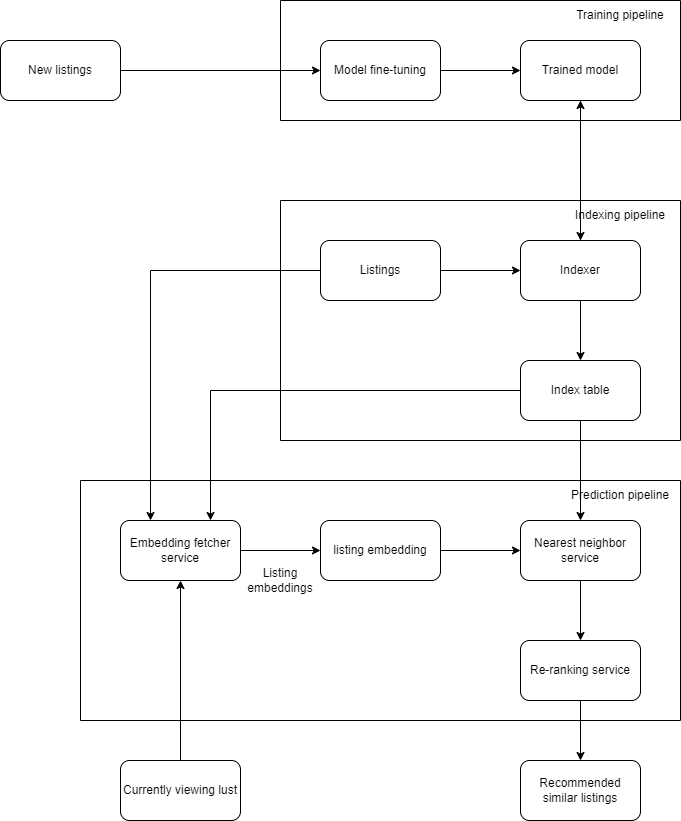
Before: machine-learning/image/machine-learning-system-design-1/similar-listings-on-vacation-rental-platform-1.png, a diagram exported from draw.io (riehseun/riehseun.github.io). Source tidied: cells renumbered, new cells last; positions are measured from the earlier drawing's top-left corner, leaving out a move shared by most shapes. Its diagram source:
```xml
<mxGraphModel>
  <root>
    <mxCell id="0" />
    <mxCell id="1" parent="0" />
    <mxCell id="2" style="edgeStyle=orthogonalEdgeStyle;rounded=0;jettySize=auto;html=1;exitX=1;exitY=0.5;exitDx=0;exitDy=0;" parent="1" edge="1" source="3" target="6">
      <mxGeometry relative="1" as="geometry" />
    </mxCell>
    <mxCell id="3" value="New listings" style="rounded=1;whiteSpace=wrap;html=1;" parent="1" vertex="1">
      <mxGeometry y="40" width="120" height="60" as="geometry" />
    </mxCell>
    <mxCell id="4" style="swimlane;startSize=0;" parent="1" vertex="1">
      <mxGeometry x="280" width="400" height="120" as="geometry" />
    </mxCell>
    <mxCell id="5" style="edgeStyle=orthogonalEdgeStyle;rounded=0;jettySize=auto;html=1;exitX=1;exitY=0.5;exitDx=0;exitDy=0;entryX=0;entryY=0.5;entryDx=0;entryDy=0;" parent="4" edge="1" source="6" target="7">
      <mxGeometry relative="1" as="geometry" />
    </mxCell>
    <mxCell id="6" value="Model fine-tuning" style="rounded=1;whiteSpace=wrap;html=1;" parent="4" vertex="1">
      <mxGeometry x="40" y="40" width="120" height="60" as="geometry" />
    </mxCell>
    <mxCell id="7" value="Trained model" style="rounded=1;whiteSpace=wrap;html=1;" parent="4" vertex="1">
      <mxGeometry x="240" y="40" width="120" height="60" as="geometry" />
    </mxCell>
    <mxCell id="8" value="Training pipeline" style="text;html=1;align=center;verticalAlign=middle;whiteSpace=wrap;rounded=0;" parent="4" vertex="1">
      <mxGeometry x="280" width="120" height="30" as="geometry" />
    </mxCell>
    <mxCell id="9" style="swimlane;startSize=0;" parent="1" vertex="1">
      <mxGeometry x="280" y="200" width="400" height="240" as="geometry" />
    </mxCell>
    <mxCell id="10" style="edgeStyle=orthogonalEdgeStyle;rounded=0;jettySize=auto;html=1;exitX=1;exitY=0.5;exitDx=0;exitDy=0;entryX=0.5;entryY=1;entryDx=0;entryDy=0;" parent="9" edge="1" source="11" target="13">
      <mxGeometry relative="1" as="geometry" />
    </mxCell>
    <mxCell id="11" value="Listings" style="rounded=1;whiteSpace=wrap;html=1;" parent="9" vertex="1">
      <mxGeometry x="40" y="40" width="120" height="60" as="geometry" />
    </mxCell>
    <mxCell id="12" style="edgeStyle=orthogonalEdgeStyle;rounded=0;jettySize=auto;html=1;exitX=1;exitY=0.5;exitDx=0;exitDy=0;entryX=0.5;entryY=0;entryDx=0;entryDy=0;" parent="9" edge="1" source="13" target="14">
      <mxGeometry relative="1" as="geometry" />
    </mxCell>
    <mxCell id="13" value="Indexer" style="rounded=1;whiteSpace=wrap;html=1;direction=south;" parent="9" vertex="1">
      <mxGeometry x="240" y="40" width="120" height="60" as="geometry" />
    </mxCell>
    <mxCell id="14" value="Index table" style="rounded=1;whiteSpace=wrap;html=1;" parent="9" vertex="1">
      <mxGeometry x="240" y="160" width="120" height="60" as="geometry" />
    </mxCell>
    <mxCell id="15" value="Indexing pipeline" style="text;html=1;align=center;verticalAlign=middle;whiteSpace=wrap;rounded=0;" parent="9" vertex="1">
      <mxGeometry x="280" width="120" height="30" as="geometry" />
    </mxCell>
    <mxCell id="16" style="swimlane;startSize=0;" parent="1" vertex="1">
      <mxGeometry x="80" y="480" width="600" height="240" as="geometry" />
    </mxCell>
    <mxCell id="17" style="edgeStyle=orthogonalEdgeStyle;rounded=0;jettySize=auto;html=1;exitX=1;exitY=0.5;exitDx=0;exitDy=0;entryX=0;entryY=0.5;entryDx=0;entryDy=0;" parent="16" edge="1" source="18" target="20">
      <mxGeometry relative="1" as="geometry" />
    </mxCell>
    <mxCell id="18" value="Embedding fetcher service" style="rounded=1;whiteSpace=wrap;html=1;" parent="16" vertex="1">
      <mxGeometry x="40" y="40" width="120" height="60" as="geometry" />
    </mxCell>
    <mxCell id="19" style="edgeStyle=orthogonalEdgeStyle;rounded=0;jettySize=auto;html=1;exitX=1;exitY=0.5;exitDx=0;exitDy=0;entryX=0;entryY=0.5;entryDx=0;entryDy=0;" parent="16" edge="1" source="20" target="22">
      <mxGeometry relative="1" as="geometry" />
    </mxCell>
    <mxCell id="20" value="listing embedding" style="rounded=1;whiteSpace=wrap;html=1;" parent="16" vertex="1">
      <mxGeometry x="240" y="40" width="120" height="60" as="geometry" />
    </mxCell>
    <mxCell id="21" style="edgeStyle=orthogonalEdgeStyle;rounded=0;jettySize=auto;html=1;exitX=0.5;exitY=1;exitDx=0;exitDy=0;" parent="16" edge="1" source="22" target="23">
      <mxGeometry relative="1" as="geometry" />
    </mxCell>
    <mxCell id="22" value="Nearest neighbor service" style="rounded=1;whiteSpace=wrap;html=1;" parent="16" vertex="1">
      <mxGeometry x="440" y="40" width="120" height="60" as="geometry" />
    </mxCell>
    <mxCell id="23" value="Re-ranking service" style="rounded=1;whiteSpace=wrap;html=1;" parent="16" vertex="1">
      <mxGeometry x="440" y="160" width="120" height="60" as="geometry" />
    </mxCell>
    <mxCell id="24" value="Prediction pipeline" style="text;html=1;align=center;verticalAlign=middle;whiteSpace=wrap;rounded=0;" parent="16" vertex="1">
      <mxGeometry x="480" width="120" height="30" as="geometry" />
    </mxCell>
    <mxCell id="25" value="Listing embeddings" style="text;html=1;align=center;verticalAlign=middle;whiteSpace=wrap;rounded=0;" parent="16" vertex="1">
      <mxGeometry x="160" y="80" width="80" height="40" as="geometry" />
    </mxCell>
    <mxCell id="26" value="Recommended similar listings" style="rounded=1;whiteSpace=wrap;html=1;" parent="1" vertex="1">
      <mxGeometry x="520" y="760" width="120" height="60" as="geometry" />
    </mxCell>
    <mxCell id="27" style="edgeStyle=orthogonalEdgeStyle;rounded=0;jettySize=auto;html=1;exitX=0.5;exitY=0;exitDx=0;exitDy=0;" parent="1" edge="1" source="28" target="18">
      <mxGeometry relative="1" as="geometry" />
    </mxCell>
    <mxCell id="28" value="Currently viewing lust" style="rounded=1;whiteSpace=wrap;html=1;" parent="1" vertex="1">
      <mxGeometry x="120" y="760" width="120" height="60" as="geometry" />
    </mxCell>
    <mxCell id="29" style="edgeStyle=orthogonalEdgeStyle;rounded=0;jettySize=auto;html=1;exitX=0;exitY=0.5;exitDx=0;exitDy=0;entryX=0.75;entryY=0;entryDx=0;entryDy=0;" parent="1" edge="1" source="14" target="18">
      <mxGeometry relative="1" as="geometry" />
    </mxCell>
    <mxCell id="30" style="edgeStyle=orthogonalEdgeStyle;rounded=0;jettySize=auto;html=1;exitX=0.5;exitY=1;exitDx=0;exitDy=0;" parent="1" edge="1" source="14" target="22">
      <mxGeometry relative="1" as="geometry" />
    </mxCell>
    <mxCell id="31" style="edgeStyle=orthogonalEdgeStyle;rounded=0;jettySize=auto;html=1;exitX=0.5;exitY=1;exitDx=0;exitDy=0;" parent="1" edge="1" source="23" target="26">
      <mxGeometry relative="1" as="geometry" />
    </mxCell>
    <mxCell id="32" style="edgeStyle=orthogonalEdgeStyle;rounded=0;jettySize=auto;html=1;exitX=0.5;exitY=1;exitDx=0;exitDy=0;" parent="1" edge="1" source="7" target="13">
      <mxGeometry relative="1" as="geometry" />
    </mxCell>
    <mxCell id="33" style="edgeStyle=orthogonalEdgeStyle;rounded=0;jettySize=auto;html=1;exitX=0;exitY=0.5;exitDx=0;exitDy=0;entryX=0.5;entryY=1;entryDx=0;entryDy=0;" parent="1" edge="1" source="13" target="7">
      <mxGeometry relative="1" as="geometry" />
    </mxCell>
    <mxCell id="34" style="edgeStyle=orthogonalEdgeStyle;rounded=0;jettySize=auto;html=1;exitX=0;exitY=0.5;exitDx=0;exitDy=0;entryX=0.25;entryY=0;entryDx=0;entryDy=0;" parent="1" edge="1" source="11" target="18">
      <mxGeometry relative="1" as="geometry" />
    </mxCell>
  </root>
</mxGraphModel>
```
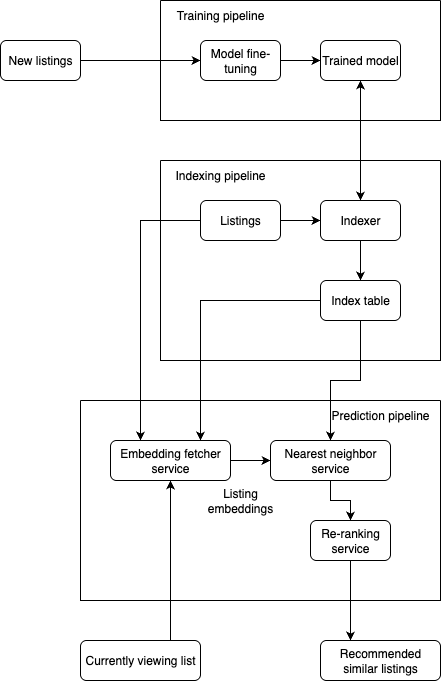
The same diagram one commit later.

Change to the diagram source:
```diff
@@ -6,82 +6,76 @@
       <mxGeometry relative="1" as="geometry" />
     </mxCell>
     <mxCell id="3" value="New listings" style="rounded=1;whiteSpace=wrap;html=1;" parent="1" vertex="1">
-      <mxGeometry y="40" width="120" height="60" as="geometry" />
+      <mxGeometry x="120" y="40" width="80" height="40" as="geometry" />
     </mxCell>
     <mxCell id="4" style="swimlane;startSize=0;" parent="1" vertex="1">
-      <mxGeometry x="280" width="400" height="120" as="geometry" />
+      <mxGeometry x="280" width="280" height="120" as="geometry" />
     </mxCell>
     <mxCell id="5" style="edgeStyle=orthogonalEdgeStyle;rounded=0;jettySize=auto;html=1;exitX=1;exitY=0.5;exitDx=0;exitDy=0;entryX=0;entryY=0.5;entryDx=0;entryDy=0;" parent="4" edge="1" source="6" target="7">
       <mxGeometry relative="1" as="geometry" />
     </mxCell>
     <mxCell id="6" value="Model fine-tuning" style="rounded=1;whiteSpace=wrap;html=1;" parent="4" vertex="1">
-      <mxGeometry x="40" y="40" width="120" height="60" as="geometry" />
+      <mxGeometry x="40" y="40" width="80" height="40" as="geometry" />
     </mxCell>
     <mxCell id="7" value="Trained model" style="rounded=1;whiteSpace=wrap;html=1;" parent="4" vertex="1">
-      <mxGeometry x="240" y="40" width="120" height="60" as="geometry" />
+      <mxGeometry x="160" y="40" width="80" height="40" as="geometry" />
     </mxCell>
     <mxCell id="8" value="Training pipeline" style="text;html=1;align=center;verticalAlign=middle;whiteSpace=wrap;rounded=0;" parent="4" vertex="1">
-      <mxGeometry x="280" width="120" height="30" as="geometry" />
+      <mxGeometry width="120" height="30" as="geometry" />
     </mxCell>
     <mxCell id="9" style="swimlane;startSize=0;" parent="1" vertex="1">
-      <mxGeometry x="280" y="200" width="400" height="240" as="geometry" />
+      <mxGeometry x="280" y="160" width="280" height="200" as="geometry" />
     </mxCell>
     <mxCell id="10" style="edgeStyle=orthogonalEdgeStyle;rounded=0;jettySize=auto;html=1;exitX=1;exitY=0.5;exitDx=0;exitDy=0;entryX=0.5;entryY=1;entryDx=0;entryDy=0;" parent="9" edge="1" source="11" target="13">
       <mxGeometry relative="1" as="geometry" />
     </mxCell>
     <mxCell id="11" value="Listings" style="rounded=1;whiteSpace=wrap;html=1;" parent="9" vertex="1">
-      <mxGeometry x="40" y="40" width="120" height="60" as="geometry" />
+      <mxGeometry x="40" y="40" width="80" height="40" as="geometry" />
     </mxCell>
     <mxCell id="12" style="edgeStyle=orthogonalEdgeStyle;rounded=0;jettySize=auto;html=1;exitX=1;exitY=0.5;exitDx=0;exitDy=0;entryX=0.5;entryY=0;entryDx=0;entryDy=0;" parent="9" edge="1" source="13" target="14">
       <mxGeometry relative="1" as="geometry" />
     </mxCell>
     <mxCell id="13" value="Indexer" style="rounded=1;whiteSpace=wrap;html=1;direction=south;" parent="9" vertex="1">
-      <mxGeometry x="240" y="40" width="120" height="60" as="geometry" />
+      <mxGeometry x="160" y="40" width="80" height="40" as="geometry" />
     </mxCell>
     <mxCell id="14" value="Index table" style="rounded=1;whiteSpace=wrap;html=1;" parent="9" vertex="1">
-      <mxGeometry x="240" y="160" width="120" height="60" as="geometry" />
+      <mxGeometry x="160" y="120" width="80" height="40" as="geometry" />
     </mxCell>
     <mxCell id="15" value="Indexing pipeline" style="text;html=1;align=center;verticalAlign=middle;whiteSpace=wrap;rounded=0;" parent="9" vertex="1">
-      <mxGeometry x="280" width="120" height="30" as="geometry" />
+      <mxGeometry width="120" height="30" as="geometry" />
     </mxCell>
     <mxCell id="16" style="swimlane;startSize=0;" parent="1" vertex="1">
-      <mxGeometry x="80" y="480" width="600" height="240" as="geometry" />
+      <mxGeometry x="200" y="400" width="360" height="200" as="geometry" />
     </mxCell>
-    <mxCell id="17" style="edgeStyle=orthogonalEdgeStyle;rounded=0;jettySize=auto;html=1;exitX=1;exitY=0.5;exitDx=0;exitDy=0;entryX=0;entryY=0.5;entryDx=0;entryDy=0;" parent="16" edge="1" source="18" target="20">
-      <mxGeometry relative="1" as="geometry" />
-    </mxCell>
+    <mxCell id="35" style="edgeStyle=orthogonalEdgeStyle;rounded=0;jettySize=auto;html=1;exitX=1;exitY=0.5;exitDx=0;exitDy=0;entryX=0;entryY=0.5;entryDx=0;entryDy=0;" parent="16" edge="1" source="18" target="22">
+      <mxGeometry relative="1" as="geometry" />
+    </mxCell>
     <mxCell id="18" value="Embedding fetcher service" style="rounded=1;whiteSpace=wrap;html=1;" parent="16" vertex="1">
-      <mxGeometry x="40" y="40" width="120" height="60" as="geometry" />
+      <mxGeometry x="30" y="40" width="120" height="40" as="geometry" />
     </mxCell>
-    <mxCell id="19" style="edgeStyle=orthogonalEdgeStyle;rounded=0;jettySize=auto;html=1;exitX=1;exitY=0.5;exitDx=0;exitDy=0;entryX=0;entryY=0.5;entryDx=0;entryDy=0;" parent="16" edge="1" source="20" target="22">
-      <mxGeometry relative="1" as="geometry" />
-    </mxCell>
-    <mxCell id="20" value="listing embedding" style="rounded=1;whiteSpace=wrap;html=1;" parent="16" vertex="1">
-      <mxGeometry x="240" y="40" width="120" height="60" as="geometry" />
-    </mxCell>
     <mxCell id="21" style="edgeStyle=orthogonalEdgeStyle;rounded=0;jettySize=auto;html=1;exitX=0.5;exitY=1;exitDx=0;exitDy=0;" parent="16" edge="1" source="22" target="23">
       <mxGeometry relative="1" as="geometry" />
     </mxCell>
     <mxCell id="22" value="Nearest neighbor service" style="rounded=1;whiteSpace=wrap;html=1;" parent="16" vertex="1">
-      <mxGeometry x="440" y="40" width="120" height="60" as="geometry" />
+      <mxGeometry x="190" y="40" width="120" height="40" as="geometry" />
     </mxCell>
     <mxCell id="23" value="Re-ranking service" style="rounded=1;whiteSpace=wrap;html=1;" parent="16" vertex="1">
-      <mxGeometry x="440" y="160" width="120" height="60" as="geometry" />
+      <mxGeometry x="230" y="120" width="80" height="40" as="geometry" />
     </mxCell>
     <mxCell id="24" value="Prediction pipeline" style="text;html=1;align=center;verticalAlign=middle;whiteSpace=wrap;rounded=0;" parent="16" vertex="1">
-      <mxGeometry x="480" width="120" height="30" as="geometry" />
+      <mxGeometry x="240" width="120" height="30" as="geometry" />
     </mxCell>
     <mxCell id="25" value="Listing embeddings" style="text;html=1;align=center;verticalAlign=middle;whiteSpace=wrap;rounded=0;" parent="16" vertex="1">
-      <mxGeometry x="160" y="80" width="80" height="40" as="geometry" />
+      <mxGeometry x="120" y="80" width="80" height="40" as="geometry" />
     </mxCell>
     <mxCell id="26" value="Recommended similar listings" style="rounded=1;whiteSpace=wrap;html=1;" parent="1" vertex="1">
-      <mxGeometry x="520" y="760" width="120" height="60" as="geometry" />
+      <mxGeometry x="440" y="640" width="120" height="40" as="geometry" />
     </mxCell>
-    <mxCell id="27" style="edgeStyle=orthogonalEdgeStyle;rounded=0;jettySize=auto;html=1;exitX=0.5;exitY=0;exitDx=0;exitDy=0;" parent="1" edge="1" source="28" target="18">
+    <mxCell id="27" style="edgeStyle=orthogonalEdgeStyle;rounded=0;jettySize=auto;html=1;exitX=0.75;exitY=0;exitDx=0;exitDy=0;entryX=0.5;entryY=1;entryDx=0;entryDy=0;" parent="1" edge="1" source="28" target="18">
       <mxGeometry relative="1" as="geometry" />
     </mxCell>
-    <mxCell id="28" value="Currently viewing lust" style="rounded=1;whiteSpace=wrap;html=1;" parent="1" vertex="1">
-      <mxGeometry x="120" y="760" width="120" height="60" as="geometry" />
+    <mxCell id="28" value="Currently viewing list" style="rounded=1;whiteSpace=wrap;html=1;" parent="1" vertex="1">
+      <mxGeometry x="200" y="640" width="120" height="40" as="geometry" />
     </mxCell>
     <mxCell id="29" style="edgeStyle=orthogonalEdgeStyle;rounded=0;jettySize=auto;html=1;exitX=0;exitY=0.5;exitDx=0;exitDy=0;entryX=0.75;entryY=0;entryDx=0;entryDy=0;" parent="1" edge="1" source="14" target="18">
       <mxGeometry relative="1" as="geometry" />
@@ -89,9 +83,6 @@
     <mxCell id="30" style="edgeStyle=orthogonalEdgeStyle;rounded=0;jettySize=auto;html=1;exitX=0.5;exitY=1;exitDx=0;exitDy=0;" parent="1" edge="1" source="14" target="22">
       <mxGeometry relative="1" as="geometry" />
     </mxCell>
-    <mxCell id="31" style="edgeStyle=orthogonalEdgeStyle;rounded=0;jettySize=auto;html=1;exitX=0.5;exitY=1;exitDx=0;exitDy=0;" parent="1" edge="1" source="23" target="26">
-      <mxGeometry relative="1" as="geometry" />
-    </mxCell>
     <mxCell id="32" style="edgeStyle=orthogonalEdgeStyle;rounded=0;jettySize=auto;html=1;exitX=0.5;exitY=1;exitDx=0;exitDy=0;" parent="1" edge="1" source="7" target="13">
       <mxGeometry relative="1" as="geometry" />
     </mxCell>
@@ -101,5 +92,8 @@
     <mxCell id="34" style="edgeStyle=orthogonalEdgeStyle;rounded=0;jettySize=auto;html=1;exitX=0;exitY=0.5;exitDx=0;exitDy=0;entryX=0.25;entryY=0;entryDx=0;entryDy=0;" parent="1" edge="1" source="11" target="18">
       <mxGeometry relative="1" as="geometry" />
     </mxCell>
+    <mxCell id="31" style="edgeStyle=orthogonalEdgeStyle;rounded=0;jettySize=auto;html=1;exitX=0.5;exitY=1;exitDx=0;exitDy=0;entryX=0.25;entryY=0;entryDx=0;entryDy=0;" parent="1" edge="1" source="23" target="26">
+      <mxGeometry relative="1" as="geometry" />
+    </mxCell>
   </root>
 </mxGraphModel>
```
